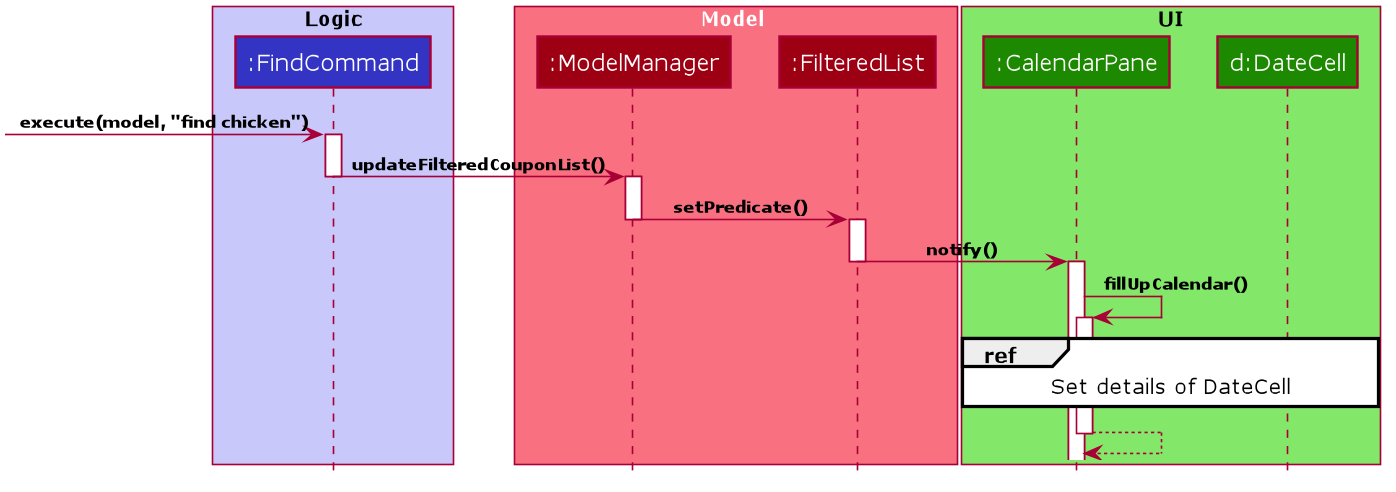
Before: docs/images/CalendarFindCommandSeqDiagram.png, a diagram exported from PlantUML (nus-cs2103-AY1920S2/addressbook-level3). Source of this version:
```plantuml
@startuml










skinparam BackgroundColor #FFFFFFF

skinparam Shadowing false

skinparam Class {
    FontColor #FFFFFF
    BorderThickness 1
    BorderColor #FFFFFF
    StereotypeFontColor #FFFFFF
    FontName Verdana
    AttributeFontColor #FFFFFF
}

skinparam Actor {
    BorderColor #000000
    Color #000000
    FontName Verdana
}

skinparam Sequence {
    MessageAlign center
    BoxFontSize 12
    BoxPadding 0
    BoxFontColor #FFFFFF
    FontName Verdana
}

skinparam Participant {
    FontColor #FFFFFFF
    Padding 20
}

skinparam GenericDisplay zz

skinparam ArrowFontSize 10
skinparam ArrowFontStyle bold

skinparam NoteBackgroundColor ghostwhite
skinparam NoteBorderColor #3333C4
skinparam DefaultFontName Verdana

skinparam MinClassWidth 50
skinparam ParticipantPadding 10
skinparam Shadowing false
skinparam DefaultTextAlignment center
skinparam packageStyle Rectangle
skinparam classAttributeIconSize 0
skinparam genericDisplay old

hide footbox
hide members
hide circle


box "<color:black>Logic</color>" #C8C8FA
participant ":FindCommand" as FindCommand #3333C4
end box

box Model #F97181
participant ":ModelManager" as ModelManager #9D0012
participant ":FilteredList" as FilteredList #9D0012
end box

box "<color:black>UI</color>" #83E769
participant ":CalendarPane" as CalendarPane #1D8900
participant "d:DateCell" as DateCell #1D8900
end box

[-> FindCommand: execute(model, "find chicken")
activate FindCommand
FindCommand -> ModelManager :updateFilteredCouponList()
deactivate FindCommand

activate ModelManager
ModelManager -> FilteredList : setPredicate()
deactivate ModelManager

activate FilteredList
FilteredList -> CalendarPane: notify()
deactivate FilteredList

activate CalendarPane
CalendarPane -> CalendarPane: fillUpCalendar()
activate CalendarPane

ref over CalendarPane, DateCell : Set details of DateCell
CalendarPane --> CalendarPane

deactivate CalendarPane



@enduml
```
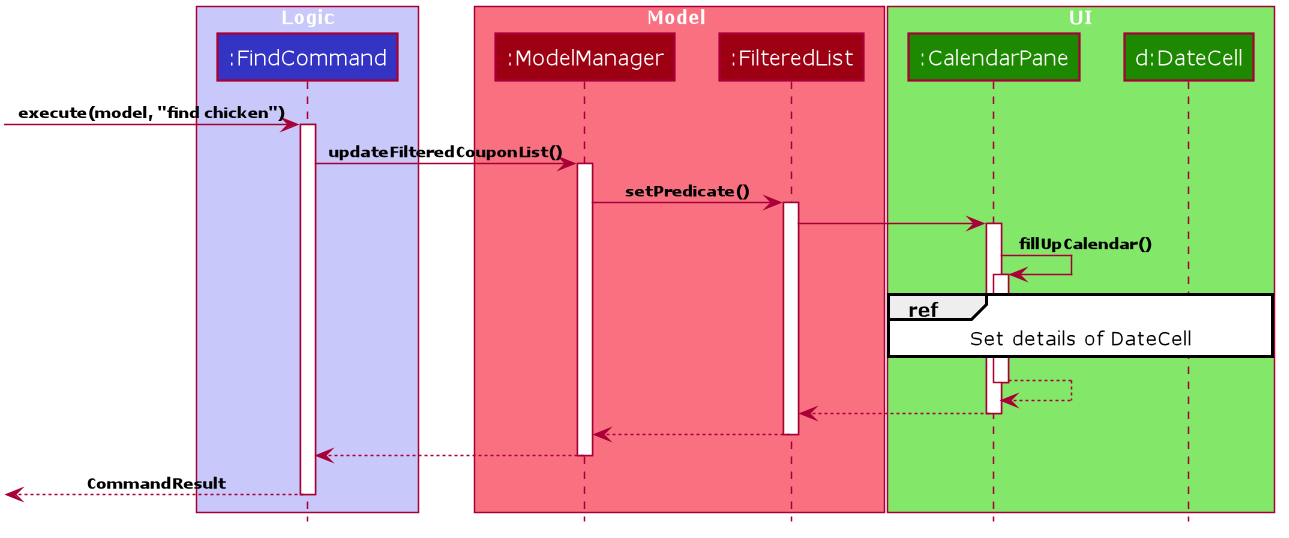
Later version of the same file.

Change to the diagram source:
```diff
@@ -63,7 +63,7 @@
 hide circle
 
 
-box "<color:black>Logic</color>" #C8C8FA
+box "Logic" #C8C8FA
 participant ":FindCommand" as FindCommand #3333C4
 end box
 
@@ -72,7 +72,7 @@
 participant ":FilteredList" as FilteredList #9D0012
 end box
 
-box "<color:black>UI</color>" #83E769
+box "UI" #83E769
 participant ":CalendarPane" as CalendarPane #1D8900
 participant "d:DateCell" as DateCell #1D8900
 end box
@@ -80,15 +80,12 @@
 [-> FindCommand: execute(model, "find chicken")
 activate FindCommand
 FindCommand -> ModelManager :updateFilteredCouponList()
-deactivate FindCommand
 
 activate ModelManager
 ModelManager -> FilteredList : setPredicate()
-deactivate ModelManager
 
 activate FilteredList
-FilteredList -> CalendarPane: notify()
-deactivate FilteredList
+FilteredList -> CalendarPane
 
 activate CalendarPane
 CalendarPane -> CalendarPane: fillUpCalendar()
@@ -96,9 +93,18 @@
 
 ref over CalendarPane, DateCell : Set details of DateCell
 CalendarPane --> CalendarPane
-
 deactivate CalendarPane
 
+CalendarPane --> FilteredList
+deactivate CalendarPane
 
+FilteredList --> ModelManager
+deactivate FilteredList
+
+ModelManager --> FindCommand
+deactivate ModelManager
+
+FindCommand -->[ : CommandResult
+deactivate FindCommand
 
 @enduml
```
